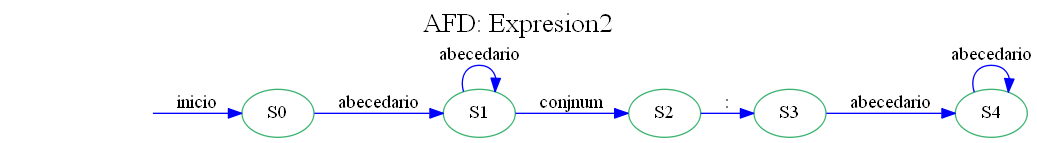
Before: OLC1_Practica1_201701133/AFD1.png, a diagram exported from Graphviz (SelvinLP/-OLC1-Practica1_201701133). Its source is kept beside it as OLC1_Practica1_201701133/AFD1.dot.
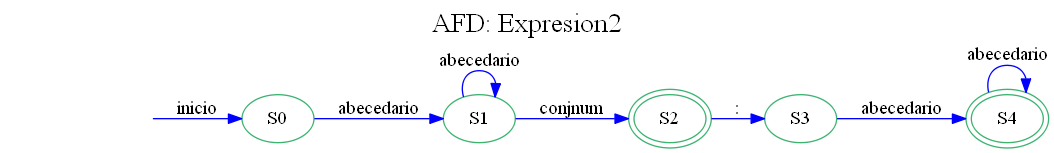
The same file after the commit.

The edit, as a diff of the source:
```diff
@@ -5,7 +5,9 @@
 "S3"[ label=S3]
 "S4"[ label=S4]
 secret_node [style=invis];
-secret_node -> S0 [label="inicio"];"S0"->"S1"[label="abecedario"];
+secret_node -> S0 [label="inicio"];S2[peripheries=2];
+S4[peripheries=2];
+"S0"->"S1"[label="abecedario"];
 "S1"->"S1"[label="abecedario"];
 "S1"->"S2"[label="conjnum"];
 "S2"->"S3"[label="\:"];
```
